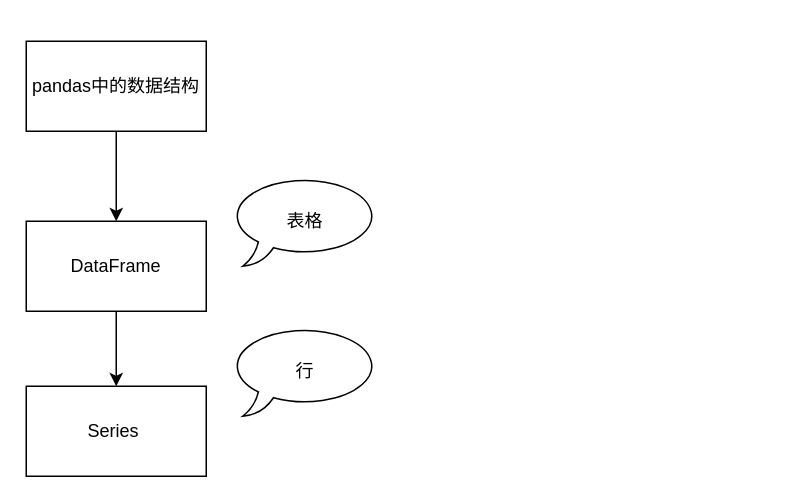
Earlier version of the draw.io diagram 数据处理/pandas.drawio (sunzx97/diagram). Source tidied: cells renumbered, new cells numbered last; positions are measured from the earlier drawing's top-left corner, leaving out a move shared by most shapes. Both pictures are drawn from the tidied source at 150%, with x=0, y=0 at pixel (26, 40).
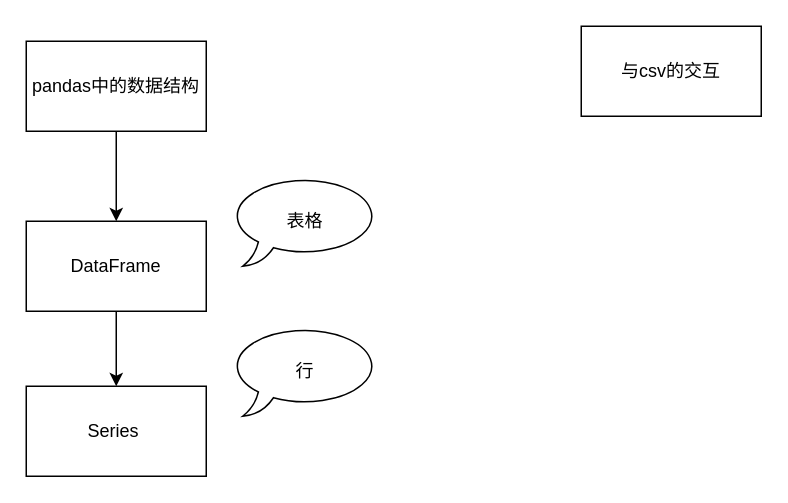
After the change.

The edit, as a diff of the source:
```diff
@@
 <mxGraphModel>
   <root>
     <mxCell id="0" />
     <mxCell id="1" parent="0" />
     <mxCell id="2" style="edgeStyle=orthogonalEdgeStyle;rounded=0;jettySize=auto;html=1;exitX=0.5;exitY=1;exitDx=0;exitDy=0;entryX=0.5;entryY=0;entryDx=0;entryDy=0;" parent="1" edge="1" source="3" target="5">
       <mxGeometry relative="1" as="geometry" />
     </mxCell>
     <mxCell id="3" value="pandas中的数据结构" style="rounded=0;whiteSpace=wrap;html=1;" parent="1" vertex="1">
       <mxGeometry width="120" height="60" as="geometry" />
     </mxCell>
     <mxCell id="4" style="edgeStyle=orthogonalEdgeStyle;rounded=0;jettySize=auto;html=1;exitX=0.5;exitY=1;exitDx=0;exitDy=0;entryX=0.5;entryY=0;entryDx=0;entryDy=0;" parent="1" edge="1" source="5" target="6">
       <mxGeometry relative="1" as="geometry" />
     </mxCell>
     <mxCell id="5" value="&lt;span style=&quot;text-align: left;&quot;&gt;DataFrame&lt;/span&gt;" style="rounded=0;whiteSpace=wrap;html=1;" parent="1" vertex="1">
       <mxGeometry y="120" width="120" height="60" as="geometry" />
     </mxCell>
     <mxCell id="6" value="Series&amp;nbsp;" style="rounded=0;whiteSpace=wrap;html=1;" parent="1" vertex="1">
       <mxGeometry y="230" width="120" height="60" as="geometry" />
     </mxCell>
     <mxCell id="7" value="表格" style="whiteSpace=wrap;html=1;shape=mxgraph.basic.oval_callout;" parent="1" vertex="1">
       <mxGeometry x="136" y="90" width="100" height="60" as="geometry" />
     </mxCell>
     <mxCell id="8" value="行" style="whiteSpace=wrap;html=1;shape=mxgraph.basic.oval_callout;" parent="1" vertex="1">
       <mxGeometry x="136" y="190" width="100" height="60" as="geometry" />
     </mxCell>
+    <mxCell id="9" value="与csv的交互" style="rounded=0;whiteSpace=wrap;html=1;" parent="1" vertex="1">
+      <mxGeometry x="370" y="-10" width="120" height="60" as="geometry" />
+    </mxCell>
   </root>
 </mxGraphModel>
```
